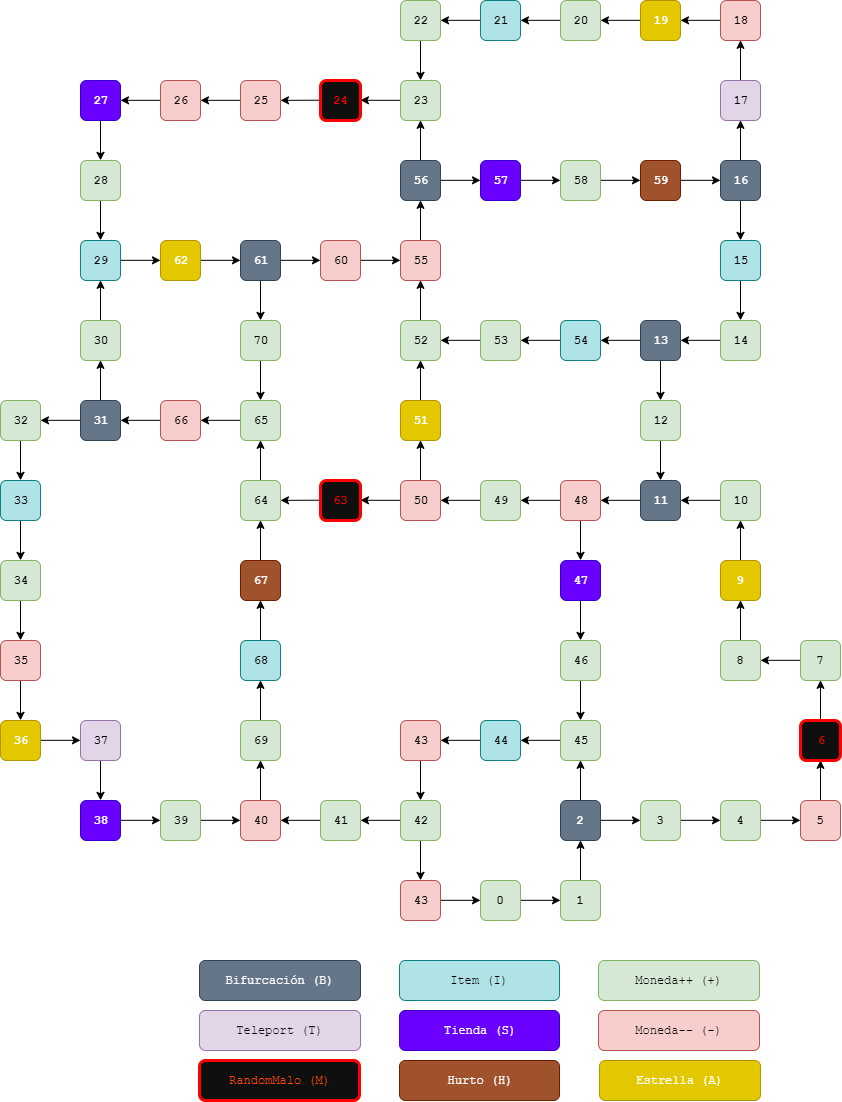
This is docs/map0.png from hansolo-unlam/MarioParty, a draw.io export, as it was before one commit. Source tidied: cells renumbered, new cells last; positions are measured from the earlier drawing's top-left corner, leaving out a move shared by most shapes.
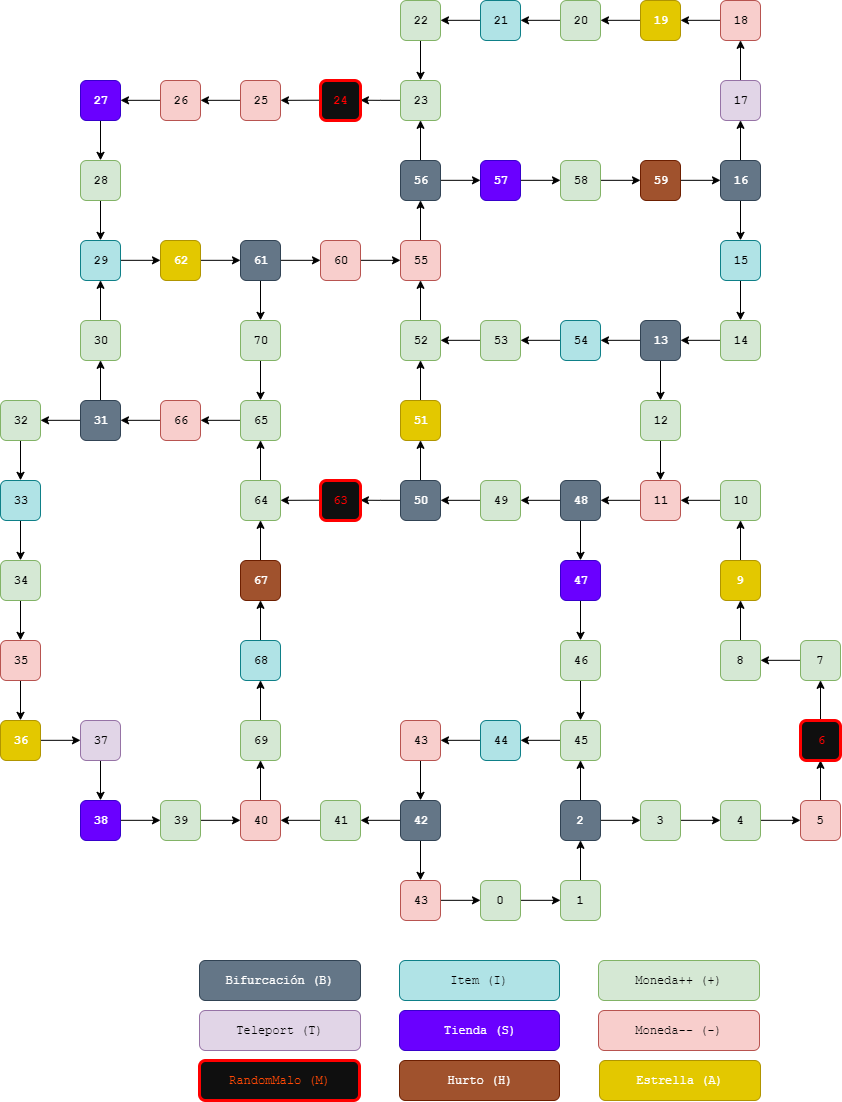
Above is the later version.

The edit, as a diff of the source:
```diff
@@ -35,7 +35,7 @@
     <mxCell id="12" style="edgeStyle=orthogonalEdgeStyle;rounded=0;jettySize=auto;html=1;exitX=0;exitY=0.5;exitDx=0;exitDy=0;entryX=1;entryY=0.5;entryDx=0;entryDy=0;fontFamily=Courier New;fontStyle=1;" parent="1" edge="1" source="13" target="56">
       <mxGeometry relative="1" as="geometry" />
     </mxCell>
-    <mxCell id="13" value="42" style="rounded=1;whiteSpace=wrap;html=1;fontFamily=Courier New;fillColor=#d5e8d4;strokeColor=#82b366;fontStyle=1;" parent="1" vertex="1">
+    <mxCell id="13" value="42" style="rounded=1;whiteSpace=wrap;html=1;fontFamily=Courier New;fillColor=#647687;strokeColor=#314354;fontStyle=1;fontColor=#ffffff;" parent="1" vertex="1">
       <mxGeometry x="400" y="800" width="40" height="40" as="geometry" />
     </mxCell>
     <mxCell id="14" style="edgeStyle=orthogonalEdgeStyle;rounded=0;jettySize=auto;html=1;exitX=0;exitY=0.5;exitDx=0;exitDy=0;entryX=1;entryY=0.5;entryDx=0;entryDy=0;fontFamily=Courier New;fontStyle=1;" parent="1" edge="1" source="15" target="17">
@@ -89,7 +89,7 @@
     <mxCell id="30" style="edgeStyle=orthogonalEdgeStyle;rounded=0;jettySize=auto;html=1;exitX=0;exitY=0.5;exitDx=0;exitDy=0;entryX=1;entryY=0.5;entryDx=0;entryDy=0;fontFamily=Courier New;fontStyle=1;" parent="1" edge="1" source="31" target="34">
       <mxGeometry relative="1" as="geometry" />
     </mxCell>
-    <mxCell id="31" value="11" style="rounded=1;whiteSpace=wrap;html=1;fontFamily=Courier New;fillColor=#647687;strokeColor=#314354;fontColor=#ffffff;fontStyle=1;" parent="1" vertex="1">
+    <mxCell id="31" value="11" style="rounded=1;whiteSpace=wrap;html=1;fontFamily=Courier New;fillColor=#f8cecc;strokeColor=#b85450;fontStyle=1;" parent="1" vertex="1">
       <mxGeometry x="640" y="480" width="40" height="40" as="geometry" />
     </mxCell>
     <mxCell id="32" style="edgeStyle=orthogonalEdgeStyle;rounded=0;jettySize=auto;html=1;exitX=0.5;exitY=1;exitDx=0;exitDy=0;entryX=0.5;entryY=0;entryDx=0;entryDy=0;fontFamily=Courier New;fontStyle=1;" parent="1" edge="1" source="34" target="29">
@@ -98,7 +98,7 @@
     <mxCell id="33" style="edgeStyle=orthogonalEdgeStyle;rounded=0;jettySize=auto;html=1;exitX=0;exitY=0.5;exitDx=0;exitDy=0;entryX=1;entryY=0.5;entryDx=0;entryDy=0;fontFamily=Courier New;fontStyle=1;" parent="1" edge="1" source="34" target="46">
       <mxGeometry relative="1" as="geometry" />
     </mxCell>
-    <mxCell id="34" value="48" style="rounded=1;whiteSpace=wrap;html=1;fontFamily=Courier New;fillColor=#f8cecc;strokeColor=#b85450;fontStyle=1;" parent="1" vertex="1">
+    <mxCell id="34" value="48" style="rounded=1;whiteSpace=wrap;html=1;fontFamily=Courier New;fillColor=#647687;strokeColor=#314354;fontStyle=1;fontColor=#ffffff;" parent="1" vertex="1">
       <mxGeometry x="560" y="480" width="40" height="40" as="geometry" />
     </mxCell>
     <mxCell id="35" style="edgeStyle=orthogonalEdgeStyle;rounded=0;jettySize=auto;html=1;exitX=0.5;exitY=0;exitDx=0;exitDy=0;entryX=0.5;entryY=1;entryDx=0;entryDy=0;fontFamily=Courier New;fontStyle=1;" parent="1" edge="1" source="36" target="38">
@@ -145,7 +145,7 @@
     <mxCell id="48" style="edgeStyle=orthogonalEdgeStyle;rounded=0;jettySize=auto;html=1;exitX=0.5;exitY=0;exitDx=0;exitDy=0;entryX=0.5;entryY=1;entryDx=0;entryDy=0;fontFamily=Courier New;" parent="1" edge="1" source="49" target="112">
       <mxGeometry relative="1" as="geometry" />
     </mxCell>
-    <mxCell id="49" value="50" style="rounded=1;whiteSpace=wrap;html=1;fontFamily=Courier New;fillColor=#f8cecc;strokeColor=#b85450;fontStyle=1;" parent="1" vertex="1">
+    <mxCell id="49" value="50" style="rounded=1;whiteSpace=wrap;html=1;fontFamily=Courier New;fillColor=#647687;strokeColor=#314354;fontStyle=1;fontColor=#ffffff;" parent="1" vertex="1">
       <mxGeometry x="400" y="480" width="40" height="40" as="geometry" />
     </mxCell>
     <mxCell id="50" style="edgeStyle=orthogonalEdgeStyle;rounded=0;jettySize=auto;html=1;exitX=0;exitY=0.5;exitDx=0;exitDy=0;entryX=1;entryY=0.5;entryDx=0;entryDy=0;fontFamily=Courier New;fontStyle=1;" parent="1" edge="1" target="66">
```
